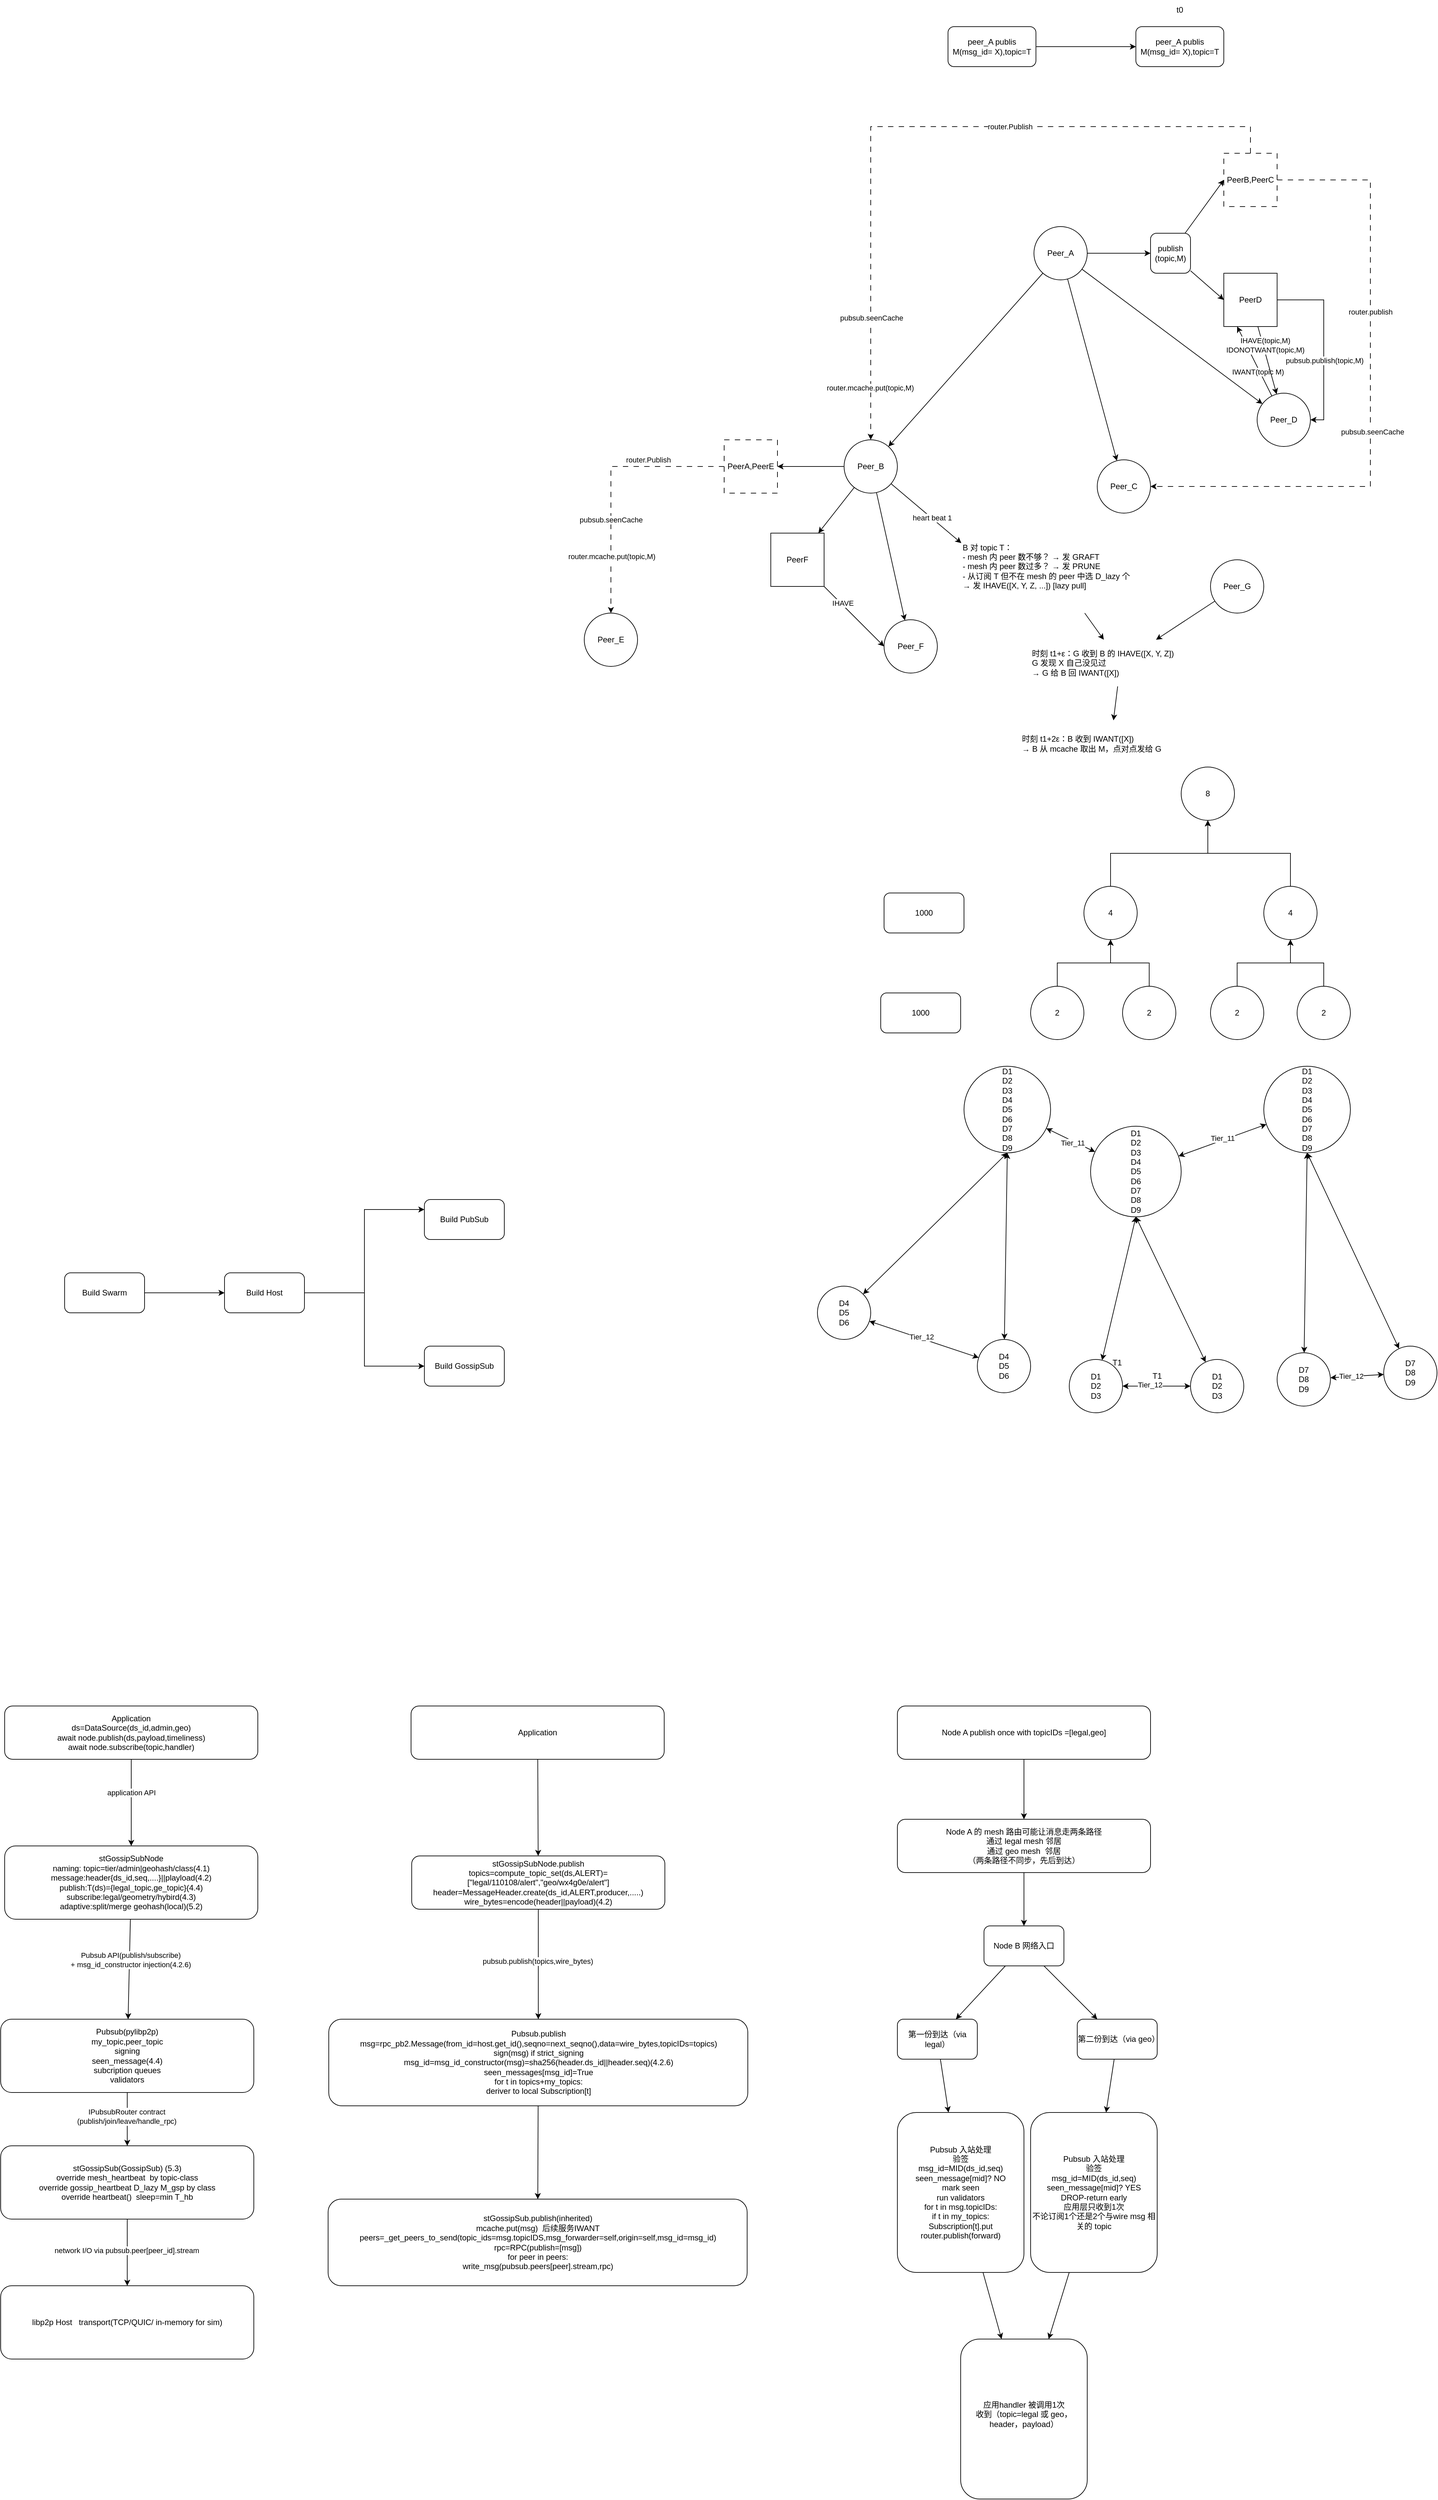
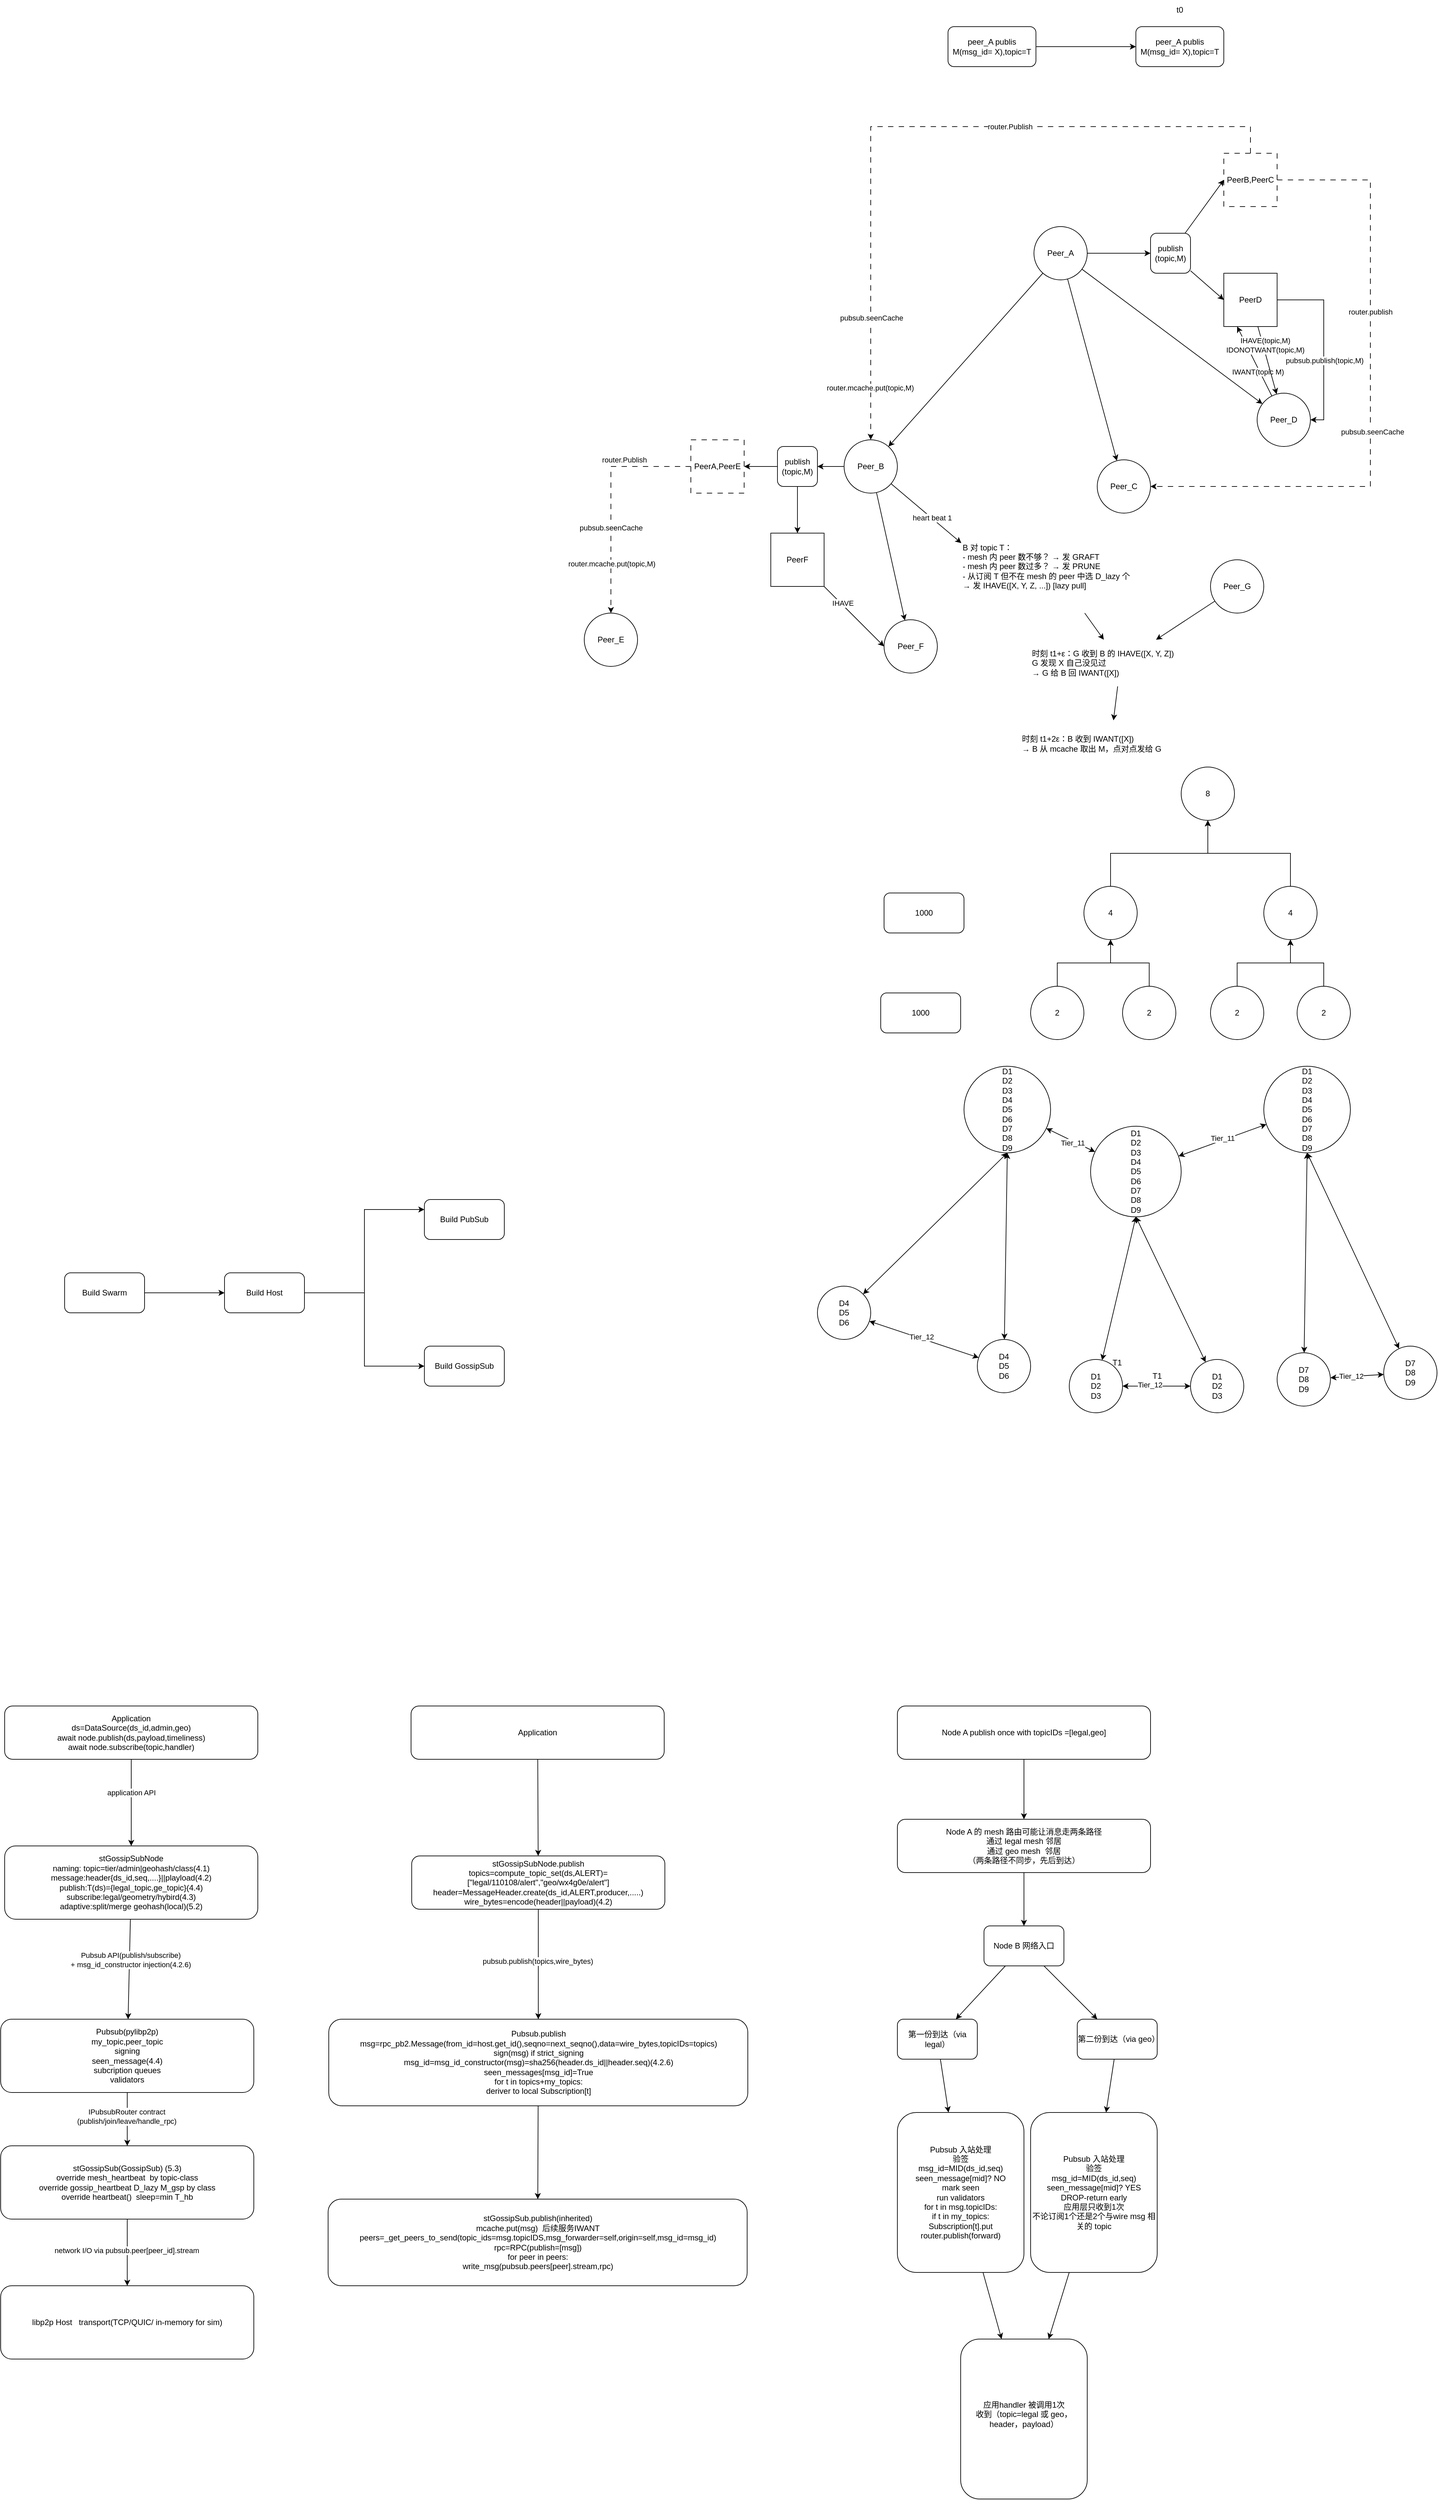
<mxfile host="app.diagrams.net">
  <diagram name="第 1 页" id="Y7FRODtDjuZDlIxHhOL5">
    <mxGraphModel dx="1768" dy="4456" grid="1" gridSize="10" guides="1" tooltips="1" connect="1" arrows="1" fold="1" page="1" pageScale="1" pageWidth="827" pageHeight="1169" math="0" shadow="0">
      <root>
        <mxCell id="0" />
        <mxCell id="1" parent="0" />
        <mxCell id="Awnmc_RR4j0BMAfR5ggK-3" edge="1" parent="1" source="Awnmc_RR4j0BMAfR5ggK-1" style="rounded=0;orthogonalLoop=1;jettySize=auto;html=1;" target="Awnmc_RR4j0BMAfR5ggK-2">
          <mxGeometry relative="1" as="geometry" />
        </mxCell>
        <mxCell id="Awnmc_RR4j0BMAfR5ggK-4" connectable="0" parent="Awnmc_RR4j0BMAfR5ggK-3" style="edgeLabel;html=1;align=center;verticalAlign=middle;resizable=0;points=[];" value="application API" vertex="1">
          <mxGeometry relative="1" x="-0.2308" as="geometry">
            <mxPoint as="offset" />
          </mxGeometry>
        </mxCell>
        <mxCell id="Awnmc_RR4j0BMAfR5ggK-1" parent="1" style="rounded=1;whiteSpace=wrap;html=1;" value="&lt;div&gt;Application&lt;/div&gt;&lt;div&gt;ds=DataSource(ds_id,admin,geo)&lt;/div&gt;&lt;div&gt;await node.publish(ds,payload,timeliness)&lt;/div&gt;&lt;div&gt;await node.subscribe(topic,handler)&lt;/div&gt;" vertex="1">
          <mxGeometry height="80" width="380" x="230" y="160" as="geometry" />
        </mxCell>
        <mxCell id="Awnmc_RR4j0BMAfR5ggK-6" edge="1" parent="1" source="Awnmc_RR4j0BMAfR5ggK-2" style="rounded=0;orthogonalLoop=1;jettySize=auto;html=1;" target="Awnmc_RR4j0BMAfR5ggK-5">
          <mxGeometry relative="1" as="geometry" />
        </mxCell>
        <mxCell id="Awnmc_RR4j0BMAfR5ggK-7" connectable="0" parent="Awnmc_RR4j0BMAfR5ggK-6" style="edgeLabel;html=1;align=center;verticalAlign=middle;resizable=0;points=[];" value="Pubsub API(publish/subscribe)&lt;br&gt;+ msg_id_constructor injection(4.2.6)" vertex="1">
          <mxGeometry relative="1" x="-0.1875" y="1" as="geometry">
            <mxPoint as="offset" />
          </mxGeometry>
        </mxCell>
        <mxCell id="Awnmc_RR4j0BMAfR5ggK-2" parent="1" style="rounded=1;whiteSpace=wrap;html=1;" value="&lt;div&gt;stGossipSubNode&lt;/div&gt;&lt;div&gt;naming: topic=tier/admin|geohash/class(4.1)&lt;br&gt;message:header{ds_id,seq,....}||playload(4.2)&lt;/div&gt;&lt;div&gt;publish:T(ds)={legal_topic,ge_topic}(4.4)&lt;br&gt;subscribe:legal/geometry/hybird(4.3)&lt;br&gt;adaptive:split/merge geohash(local)(5.2)&lt;/div&gt;" vertex="1">
          <mxGeometry height="110" width="380" x="230" y="370" as="geometry" />
        </mxCell>
        <mxCell id="Awnmc_RR4j0BMAfR5ggK-9" edge="1" parent="1" source="Awnmc_RR4j0BMAfR5ggK-5" style="edgeStyle=orthogonalEdgeStyle;rounded=0;orthogonalLoop=1;jettySize=auto;html=1;" target="Awnmc_RR4j0BMAfR5ggK-8">
          <mxGeometry relative="1" as="geometry" />
        </mxCell>
        <mxCell id="Awnmc_RR4j0BMAfR5ggK-10" connectable="0" parent="Awnmc_RR4j0BMAfR5ggK-9" style="edgeLabel;html=1;align=center;verticalAlign=middle;resizable=0;points=[];" value="IPubsubRouter contract&lt;br&gt;(publish/join/leave/handle_rpc)" vertex="1">
          <mxGeometry relative="1" x="-0.1" y="-1" as="geometry">
            <mxPoint as="offset" />
          </mxGeometry>
        </mxCell>
        <mxCell id="Awnmc_RR4j0BMAfR5ggK-5" parent="1" style="rounded=1;whiteSpace=wrap;html=1;" value="Pubsub(pylibp2p)&lt;br&gt;my_topic,peer_topic&lt;br&gt;signing&lt;br&gt;seen_message(4.4)&lt;br&gt;subcription queues&lt;br&gt;validators" vertex="1">
          <mxGeometry height="110" width="380" x="224" y="630" as="geometry" />
        </mxCell>
        <mxCell id="Awnmc_RR4j0BMAfR5ggK-12" edge="1" parent="1" source="Awnmc_RR4j0BMAfR5ggK-8" style="rounded=0;orthogonalLoop=1;jettySize=auto;html=1;" target="Awnmc_RR4j0BMAfR5ggK-11">
          <mxGeometry relative="1" as="geometry" />
        </mxCell>
        <mxCell id="Awnmc_RR4j0BMAfR5ggK-13" connectable="0" parent="Awnmc_RR4j0BMAfR5ggK-12" style="edgeLabel;html=1;align=center;verticalAlign=middle;resizable=0;points=[];" value="network I/O via pubsub.peer[peer_id].stream" vertex="1">
          <mxGeometry relative="1" x="-0.06" y="-1" as="geometry">
            <mxPoint as="offset" />
          </mxGeometry>
        </mxCell>
        <mxCell id="Awnmc_RR4j0BMAfR5ggK-8" parent="1" style="rounded=1;whiteSpace=wrap;html=1;" value="stGossipSub(GossipSub) (5.3)&lt;br&gt;override mesh_heartbeat&amp;nbsp; by topic-class&lt;br&gt;override gossip_heartbeat D_lazy M_gsp by class&lt;br&gt;override heartbeat()&amp;nbsp; sleep=min T_hb" vertex="1">
          <mxGeometry height="110" width="380" x="224" y="820" as="geometry" />
        </mxCell>
        <mxCell id="Awnmc_RR4j0BMAfR5ggK-11" parent="1" style="rounded=1;whiteSpace=wrap;html=1;" value="libp2p Host&amp;nbsp; &amp;nbsp;transport(TCP/QUIC/ in-memory for sim)" vertex="1">
          <mxGeometry height="110" width="380" x="224" y="1030" as="geometry" />
        </mxCell>
        <mxCell id="2yh1J4c5jMMJHeaXtM_8-4" edge="1" parent="1" source="2yh1J4c5jMMJHeaXtM_8-2" style="rounded=0;orthogonalLoop=1;jettySize=auto;html=1;" target="2yh1J4c5jMMJHeaXtM_8-3">
          <mxGeometry relative="1" as="geometry" />
        </mxCell>
        <mxCell id="2yh1J4c5jMMJHeaXtM_8-2" parent="1" style="rounded=1;whiteSpace=wrap;html=1;" value="&lt;div&gt;Application&lt;/div&gt;" vertex="1">
          <mxGeometry height="80" width="380" x="840" y="160" as="geometry" />
        </mxCell>
        <mxCell id="2yh1J4c5jMMJHeaXtM_8-6" edge="1" parent="1" source="2yh1J4c5jMMJHeaXtM_8-3" style="rounded=0;orthogonalLoop=1;jettySize=auto;html=1;" target="2yh1J4c5jMMJHeaXtM_8-5">
          <mxGeometry relative="1" as="geometry" />
        </mxCell>
        <mxCell id="2yh1J4c5jMMJHeaXtM_8-7" connectable="0" parent="2yh1J4c5jMMJHeaXtM_8-6" style="edgeLabel;html=1;align=center;verticalAlign=middle;resizable=0;points=[];" value="pubsub.publish(topics,wire_bytes)" vertex="1">
          <mxGeometry relative="1" x="-0.0533" y="-1" as="geometry">
            <mxPoint as="offset" />
          </mxGeometry>
        </mxCell>
        <mxCell id="2yh1J4c5jMMJHeaXtM_8-3" parent="1" style="rounded=1;whiteSpace=wrap;html=1;" value="stGossipSubNode.publish&lt;br&gt;topics=compute_topic_set(ds,ALERT)=[&quot;legal/110108/alert&quot;,&quot;geo/wx4g0e/alert&quot;]&lt;br&gt;header=MessageHeader.create(ds_id,ALERT,producer,.....)&lt;br&gt;wire_bytes=encode(header||payload)(4.2)" vertex="1">
          <mxGeometry height="80" width="380" x="841" y="385" as="geometry" />
        </mxCell>
        <mxCell id="2yh1J4c5jMMJHeaXtM_8-9" edge="1" parent="1" source="2yh1J4c5jMMJHeaXtM_8-5" style="rounded=0;orthogonalLoop=1;jettySize=auto;html=1;" target="2yh1J4c5jMMJHeaXtM_8-8">
          <mxGeometry relative="1" as="geometry" />
        </mxCell>
        <mxCell id="2yh1J4c5jMMJHeaXtM_8-5" parent="1" style="rounded=1;whiteSpace=wrap;html=1;" value="Pubsub.publish&lt;br&gt;msg=rpc_pb2.Message(from_id=host.get_id(),seqno=next_seqno(),data=wire_bytes,topicIDs=topics)&lt;br&gt;sign(msg) if strict_signing&lt;br&gt;msg_id=msg_id_constructor(msg)=sha256(header.ds_id||header.seq)(4.2.6)&lt;br&gt;seen_messages[msg_id]=True&lt;br&gt;&lt;div&gt;for t in topics+my_topics:&lt;/div&gt;&lt;div&gt;deriver to local Subscription[t]&lt;/div&gt;" vertex="1">
          <mxGeometry height="130" width="629" x="716.5" y="630" as="geometry" />
        </mxCell>
        <mxCell id="2yh1J4c5jMMJHeaXtM_8-8" parent="1" style="rounded=1;whiteSpace=wrap;html=1;" value="stGossipSub.publish(inherited)&lt;br&gt;mcache.put(msg)&amp;nbsp; 后续服务IWANT&lt;br&gt;peers=_get_peers_to_send(topic_ids=msg.topicIDS,msg_forwarder=self,origin=self,msg_id=msg_id)&lt;br&gt;rpc=RPC(publish=[msg])&lt;br&gt;&lt;div&gt;for peer in peers:&lt;/div&gt;&lt;div&gt;write_msg(pubsub.peers[peer].stream,rpc)&lt;/div&gt;" vertex="1">
          <mxGeometry height="130" width="629" x="715.5" y="900" as="geometry" />
        </mxCell>
        <mxCell id="2yh1J4c5jMMJHeaXtM_8-12" edge="1" parent="1" source="2yh1J4c5jMMJHeaXtM_8-10" style="edgeStyle=orthogonalEdgeStyle;rounded=0;orthogonalLoop=1;jettySize=auto;html=1;" target="2yh1J4c5jMMJHeaXtM_8-11">
          <mxGeometry relative="1" as="geometry" />
        </mxCell>
        <mxCell id="2yh1J4c5jMMJHeaXtM_8-10" parent="1" style="rounded=1;whiteSpace=wrap;html=1;" value="Node A publish once with topicIDs =[legal,geo]" vertex="1">
          <mxGeometry height="80" width="380" x="1570" y="160" as="geometry" />
        </mxCell>
        <mxCell id="2yh1J4c5jMMJHeaXtM_8-15" edge="1" parent="1" source="2yh1J4c5jMMJHeaXtM_8-11" style="rounded=0;orthogonalLoop=1;jettySize=auto;html=1;" target="2yh1J4c5jMMJHeaXtM_8-13">
          <mxGeometry relative="1" as="geometry" />
        </mxCell>
        <mxCell id="2yh1J4c5jMMJHeaXtM_8-11" parent="1" style="rounded=1;whiteSpace=wrap;html=1;" value="Node A 的 mesh 路由可能让消息走两条路径&lt;br&gt;通过 legal mesh 邻居&lt;br&gt;通过 geo mesh&amp;nbsp; 邻居&lt;br&gt;（两条路径不同步，先后到达）" vertex="1">
          <mxGeometry height="80" width="380" x="1570" y="330" as="geometry" />
        </mxCell>
        <mxCell id="2yh1J4c5jMMJHeaXtM_8-18" edge="1" parent="1" source="2yh1J4c5jMMJHeaXtM_8-13" style="rounded=0;orthogonalLoop=1;jettySize=auto;html=1;" target="2yh1J4c5jMMJHeaXtM_8-16">
          <mxGeometry relative="1" as="geometry" />
        </mxCell>
        <mxCell id="2yh1J4c5jMMJHeaXtM_8-19" edge="1" parent="1" source="2yh1J4c5jMMJHeaXtM_8-13" style="rounded=0;orthogonalLoop=1;jettySize=auto;html=1;" target="2yh1J4c5jMMJHeaXtM_8-17">
          <mxGeometry relative="1" as="geometry" />
        </mxCell>
        <mxCell id="2yh1J4c5jMMJHeaXtM_8-13" parent="1" style="rounded=1;whiteSpace=wrap;html=1;" value="Node B 网络入口" vertex="1">
          <mxGeometry height="60" width="120" x="1700" y="490" as="geometry" />
        </mxCell>
        <mxCell id="2yh1J4c5jMMJHeaXtM_8-21" edge="1" parent="1" source="2yh1J4c5jMMJHeaXtM_8-16" style="rounded=0;orthogonalLoop=1;jettySize=auto;html=1;" target="2yh1J4c5jMMJHeaXtM_8-20">
          <mxGeometry relative="1" as="geometry" />
        </mxCell>
        <mxCell id="2yh1J4c5jMMJHeaXtM_8-16" parent="1" style="rounded=1;whiteSpace=wrap;html=1;" value="第一份到达（via legal）" vertex="1">
          <mxGeometry height="60" width="120" x="1570" y="630" as="geometry" />
        </mxCell>
        <mxCell id="2yh1J4c5jMMJHeaXtM_8-23" edge="1" parent="1" source="2yh1J4c5jMMJHeaXtM_8-17" style="rounded=0;orthogonalLoop=1;jettySize=auto;html=1;" target="2yh1J4c5jMMJHeaXtM_8-22">
          <mxGeometry relative="1" as="geometry" />
        </mxCell>
        <mxCell id="2yh1J4c5jMMJHeaXtM_8-17" parent="1" style="rounded=1;whiteSpace=wrap;html=1;" value="第二份到达（via geo）" vertex="1">
          <mxGeometry height="60" width="120" x="1840" y="630" as="geometry" />
        </mxCell>
        <mxCell id="2yh1J4c5jMMJHeaXtM_8-25" edge="1" parent="1" source="2yh1J4c5jMMJHeaXtM_8-20" style="rounded=0;orthogonalLoop=1;jettySize=auto;html=1;" target="2yh1J4c5jMMJHeaXtM_8-24">
          <mxGeometry relative="1" as="geometry" />
        </mxCell>
        <mxCell id="2yh1J4c5jMMJHeaXtM_8-20" parent="1" style="rounded=1;whiteSpace=wrap;html=1;" value="Pubsub 入站处理&lt;br&gt;验签&lt;br&gt;msg_id=MID(ds_id,seq)&lt;br&gt;seen_message[mid]? NO&lt;br&gt;mark seen&lt;br&gt;run validators&lt;br&gt;&lt;div&gt;for t in msg.topicIDs:&lt;/div&gt;&lt;div&gt;if t in my_topics:&lt;/div&gt;&lt;div&gt;Subscription[t].put&lt;br&gt;router.publish(forward)&lt;/div&gt;" vertex="1">
          <mxGeometry height="240" width="190" x="1570" y="770" as="geometry" />
        </mxCell>
        <mxCell id="2yh1J4c5jMMJHeaXtM_8-26" edge="1" parent="1" source="2yh1J4c5jMMJHeaXtM_8-22" style="rounded=0;orthogonalLoop=1;jettySize=auto;html=1;" target="2yh1J4c5jMMJHeaXtM_8-24">
          <mxGeometry relative="1" as="geometry" />
        </mxCell>
        <mxCell id="2yh1J4c5jMMJHeaXtM_8-22" parent="1" style="rounded=1;whiteSpace=wrap;html=1;" value="Pubsub 入站处理&lt;br&gt;验签&lt;br&gt;msg_id=MID(ds_id,seq)&lt;br&gt;&lt;div&gt;seen_message[mid]? YES&lt;/div&gt;DROP-return early&lt;br&gt;应用层只收到1次&lt;br&gt;不论订阅1个还是2个与wire msg 相关的 topic" vertex="1">
          <mxGeometry height="240" width="190" x="1770" y="770" as="geometry" />
        </mxCell>
        <mxCell id="2yh1J4c5jMMJHeaXtM_8-24" parent="1" style="rounded=1;whiteSpace=wrap;html=1;" value="应用handler 被调用1次&lt;br&gt;收到（topic=legal 或 geo，header，payload）&lt;div&gt;&lt;br/&gt;&lt;/div&gt;" vertex="1">
          <mxGeometry height="240" width="190" x="1665" y="1110" as="geometry" />
        </mxCell>
        <mxCell id="0nZeBFnhmh2lzN9kRy4G-3" edge="1" parent="1" source="0nZeBFnhmh2lzN9kRy4G-1" style="edgeStyle=orthogonalEdgeStyle;rounded=0;orthogonalLoop=1;jettySize=auto;html=1;" target="0nZeBFnhmh2lzN9kRy4G-2">
          <mxGeometry relative="1" as="geometry" />
        </mxCell>
        <mxCell id="0nZeBFnhmh2lzN9kRy4G-1" parent="1" style="rounded=1;whiteSpace=wrap;html=1;" value="&lt;div&gt;Build Swarm&lt;/div&gt;" vertex="1">
          <mxGeometry height="60" width="120" x="320" y="-490" as="geometry" />
        </mxCell>
        <mxCell id="0nZeBFnhmh2lzN9kRy4G-6" edge="1" parent="1" source="0nZeBFnhmh2lzN9kRy4G-2" style="edgeStyle=orthogonalEdgeStyle;rounded=0;orthogonalLoop=1;jettySize=auto;html=1;entryX=0;entryY=0.25;entryDx=0;entryDy=0;" target="0nZeBFnhmh2lzN9kRy4G-4">
          <mxGeometry relative="1" as="geometry" />
        </mxCell>
        <mxCell id="0nZeBFnhmh2lzN9kRy4G-7" edge="1" parent="1" source="0nZeBFnhmh2lzN9kRy4G-2" style="edgeStyle=orthogonalEdgeStyle;rounded=0;orthogonalLoop=1;jettySize=auto;html=1;entryX=0;entryY=0.5;entryDx=0;entryDy=0;" target="0nZeBFnhmh2lzN9kRy4G-5">
          <mxGeometry relative="1" as="geometry" />
        </mxCell>
        <mxCell id="0nZeBFnhmh2lzN9kRy4G-2" parent="1" style="rounded=1;whiteSpace=wrap;html=1;" value="&lt;div&gt;Build Host&lt;/div&gt;" vertex="1">
          <mxGeometry height="60" width="120" x="560" y="-490" as="geometry" />
        </mxCell>
        <mxCell id="0nZeBFnhmh2lzN9kRy4G-4" parent="1" style="rounded=1;whiteSpace=wrap;html=1;" value="Build PubSub" vertex="1">
          <mxGeometry height="60" width="120" x="860" y="-600" as="geometry" />
        </mxCell>
        <mxCell id="0nZeBFnhmh2lzN9kRy4G-5" parent="1" style="rounded=1;whiteSpace=wrap;html=1;" value="Build GossipSub" vertex="1">
          <mxGeometry height="60" width="120" x="860" y="-380" as="geometry" />
        </mxCell>
        <mxCell id="9GGF2aMmn3-psWDLey7v-12" edge="1" parent="1" source="9GGF2aMmn3-psWDLey7v-10" style="rounded=0;orthogonalLoop=1;jettySize=auto;html=1;startArrow=classic;startFill=1;" target="9GGF2aMmn3-psWDLey7v-11">
          <mxGeometry relative="1" as="geometry" />
        </mxCell>
        <mxCell id="9GGF2aMmn3-psWDLey7v-26" connectable="0" parent="9GGF2aMmn3-psWDLey7v-12" style="edgeLabel;html=1;align=center;verticalAlign=middle;resizable=0;points=[];" value="Tier_12" vertex="1">
          <mxGeometry relative="1" x="-0.2026" y="2" as="geometry">
            <mxPoint as="offset" />
          </mxGeometry>
        </mxCell>
        <mxCell id="9GGF2aMmn3-psWDLey7v-8" parent="1" style="text;html=1;whiteSpace=wrap;strokeColor=none;fillColor=none;align=center;verticalAlign=middle;rounded=0;" value="&lt;div&gt;T1&lt;/div&gt;" vertex="1">
          <mxGeometry height="30" width="60" x="1870" y="-370" as="geometry" />
        </mxCell>
        <mxCell id="9GGF2aMmn3-psWDLey7v-10" parent="1" style="ellipse;whiteSpace=wrap;html=1;aspect=fixed;" value="&lt;div&gt;D1&lt;/div&gt;&lt;div&gt;D2&lt;/div&gt;&lt;div&gt;D3&lt;/div&gt;" vertex="1">
          <mxGeometry height="80" width="80" x="1828" y="-360" as="geometry" />
        </mxCell>
        <mxCell id="9GGF2aMmn3-psWDLey7v-9" parent="1" style="text;html=1;whiteSpace=wrap;strokeColor=none;fillColor=none;align=center;verticalAlign=middle;rounded=0;" value="&lt;div&gt;T1&lt;/div&gt;" vertex="1">
          <mxGeometry height="30" width="60" x="1930" y="-350" as="geometry" />
        </mxCell>
        <mxCell id="9GGF2aMmn3-psWDLey7v-11" parent="1" style="ellipse;whiteSpace=wrap;html=1;aspect=fixed;" value="&lt;div&gt;D1&lt;/div&gt;&lt;div&gt;D2&lt;/div&gt;&lt;div&gt;D3&lt;/div&gt;" vertex="1">
          <mxGeometry height="80" width="80" x="2010" y="-360" as="geometry" />
        </mxCell>
        <mxCell id="9GGF2aMmn3-psWDLey7v-15" edge="1" parent="1" source="9GGF2aMmn3-psWDLey7v-13" style="rounded=0;orthogonalLoop=1;jettySize=auto;html=1;startArrow=classic;startFill=1;" target="9GGF2aMmn3-psWDLey7v-14">
          <mxGeometry relative="1" as="geometry" />
        </mxCell>
        <mxCell id="9GGF2aMmn3-psWDLey7v-25" connectable="0" parent="9GGF2aMmn3-psWDLey7v-15" style="edgeLabel;html=1;align=center;verticalAlign=middle;resizable=0;points=[];" value="Tier_12" vertex="1">
          <mxGeometry relative="1" x="-0.0552" y="3" as="geometry">
            <mxPoint as="offset" />
          </mxGeometry>
        </mxCell>
        <mxCell id="9GGF2aMmn3-psWDLey7v-17" edge="1" parent="1" source="9GGF2aMmn3-psWDLey7v-13" style="rounded=0;orthogonalLoop=1;jettySize=auto;html=1;entryX=0.5;entryY=1;entryDx=0;entryDy=0;startArrow=classic;startFill=1;" target="9GGF2aMmn3-psWDLey7v-23">
          <mxGeometry relative="1" as="geometry" />
        </mxCell>
        <mxCell id="9GGF2aMmn3-psWDLey7v-13" parent="1" style="ellipse;whiteSpace=wrap;html=1;aspect=fixed;" value="&lt;div&gt;D4&lt;/div&gt;&lt;div&gt;D5&lt;/div&gt;&lt;div&gt;D6&lt;/div&gt;" vertex="1">
          <mxGeometry height="80" width="80" x="1450" y="-470" as="geometry" />
        </mxCell>
        <mxCell id="9GGF2aMmn3-psWDLey7v-14" parent="1" style="ellipse;whiteSpace=wrap;html=1;aspect=fixed;" value="&lt;div&gt;D4&lt;/div&gt;&lt;div&gt;D5&lt;/div&gt;&lt;div&gt;D6&lt;/div&gt;" vertex="1">
          <mxGeometry height="80" width="80" x="1690" y="-390" as="geometry" />
        </mxCell>
        <mxCell id="9GGF2aMmn3-psWDLey7v-18" edge="1" parent="1" source="9GGF2aMmn3-psWDLey7v-23" style="rounded=0;orthogonalLoop=1;jettySize=auto;html=1;startArrow=classic;startFill=1;exitX=0.5;exitY=1;exitDx=0;exitDy=0;" target="9GGF2aMmn3-psWDLey7v-14">
          <mxGeometry relative="1" as="geometry" />
        </mxCell>
        <mxCell id="9GGF2aMmn3-psWDLey7v-19" edge="1" parent="1" source="9GGF2aMmn3-psWDLey7v-16" style="rounded=0;orthogonalLoop=1;jettySize=auto;html=1;startArrow=classic;startFill=1;exitX=0.5;exitY=1;exitDx=0;exitDy=0;" target="9GGF2aMmn3-psWDLey7v-10">
          <mxGeometry relative="1" as="geometry" />
        </mxCell>
        <mxCell id="9GGF2aMmn3-psWDLey7v-20" edge="1" parent="1" source="9GGF2aMmn3-psWDLey7v-16" style="rounded=0;orthogonalLoop=1;jettySize=auto;html=1;startArrow=classic;startFill=1;exitX=0.5;exitY=1;exitDx=0;exitDy=0;" target="9GGF2aMmn3-psWDLey7v-11">
          <mxGeometry relative="1" as="geometry" />
        </mxCell>
        <mxCell id="9GGF2aMmn3-psWDLey7v-22" edge="1" parent="1" source="9GGF2aMmn3-psWDLey7v-16" style="rounded=0;orthogonalLoop=1;jettySize=auto;html=1;startArrow=classic;startFill=1;" target="9GGF2aMmn3-psWDLey7v-21">
          <mxGeometry relative="1" as="geometry" />
        </mxCell>
        <mxCell id="9GGF2aMmn3-psWDLey7v-28" connectable="0" parent="9GGF2aMmn3-psWDLey7v-22" style="edgeLabel;html=1;align=center;verticalAlign=middle;resizable=0;points=[];" value="Tier_11" vertex="1">
          <mxGeometry relative="1" x="0.0194" y="3" as="geometry">
            <mxPoint as="offset" />
          </mxGeometry>
        </mxCell>
        <mxCell id="9GGF2aMmn3-psWDLey7v-24" edge="1" parent="1" source="9GGF2aMmn3-psWDLey7v-16" style="rounded=0;orthogonalLoop=1;jettySize=auto;html=1;startArrow=classic;startFill=1;" target="9GGF2aMmn3-psWDLey7v-23">
          <mxGeometry relative="1" as="geometry" />
        </mxCell>
        <mxCell id="9GGF2aMmn3-psWDLey7v-27" connectable="0" parent="9GGF2aMmn3-psWDLey7v-24" style="edgeLabel;html=1;align=center;verticalAlign=middle;resizable=0;points=[];" value="Tier_11" vertex="1">
          <mxGeometry relative="1" x="-0.0913" y="2" as="geometry">
            <mxPoint y="1" as="offset" />
          </mxGeometry>
        </mxCell>
        <mxCell id="9GGF2aMmn3-psWDLey7v-16" parent="1" style="ellipse;whiteSpace=wrap;html=1;aspect=fixed;" value="&lt;div&gt;D1&lt;/div&gt;&lt;div&gt;D2&lt;/div&gt;&lt;div&gt;D3&lt;/div&gt;&lt;div&gt;D4&lt;/div&gt;&lt;div&gt;D5&lt;/div&gt;&lt;div&gt;D6&lt;/div&gt;&lt;div&gt;D7&lt;/div&gt;&lt;div&gt;D8&lt;/div&gt;&lt;div&gt;D9&lt;/div&gt;" vertex="1">
          <mxGeometry height="136" width="136" x="1860" y="-710" as="geometry" />
        </mxCell>
        <mxCell id="9GGF2aMmn3-psWDLey7v-33" edge="1" parent="1" source="9GGF2aMmn3-psWDLey7v-21" style="rounded=0;orthogonalLoop=1;jettySize=auto;html=1;startArrow=classic;startFill=1;exitX=0.5;exitY=1;exitDx=0;exitDy=0;" target="9GGF2aMmn3-psWDLey7v-30">
          <mxGeometry relative="1" as="geometry" />
        </mxCell>
        <mxCell id="9GGF2aMmn3-psWDLey7v-21" parent="1" style="ellipse;whiteSpace=wrap;html=1;aspect=fixed;" value="&lt;div&gt;D1&lt;/div&gt;&lt;div&gt;D2&lt;/div&gt;&lt;div&gt;D3&lt;/div&gt;&lt;div&gt;D4&lt;/div&gt;&lt;div&gt;D5&lt;/div&gt;&lt;div&gt;D6&lt;/div&gt;&lt;div&gt;D7&lt;/div&gt;&lt;div&gt;D8&lt;/div&gt;&lt;div&gt;D9&lt;/div&gt;" vertex="1">
          <mxGeometry height="130" width="130" x="2120" y="-800" as="geometry" />
        </mxCell>
        <mxCell id="9GGF2aMmn3-psWDLey7v-23" parent="1" style="ellipse;whiteSpace=wrap;html=1;aspect=fixed;" value="&lt;div&gt;D1&lt;/div&gt;&lt;div&gt;D2&lt;/div&gt;&lt;div&gt;D3&lt;/div&gt;&lt;div&gt;D4&lt;/div&gt;&lt;div&gt;D5&lt;/div&gt;&lt;div&gt;D6&lt;/div&gt;&lt;div&gt;D7&lt;/div&gt;&lt;div&gt;D8&lt;br&gt;D9&lt;/div&gt;" vertex="1">
          <mxGeometry height="130" width="130" x="1670" y="-800" as="geometry" />
        </mxCell>
        <mxCell id="9GGF2aMmn3-psWDLey7v-31" edge="1" parent="1" source="9GGF2aMmn3-psWDLey7v-29" style="rounded=0;orthogonalLoop=1;jettySize=auto;html=1;startArrow=classic;startFill=1;" target="9GGF2aMmn3-psWDLey7v-30">
          <mxGeometry relative="1" as="geometry" />
        </mxCell>
        <mxCell id="9GGF2aMmn3-psWDLey7v-34" connectable="0" parent="9GGF2aMmn3-psWDLey7v-31" style="edgeLabel;html=1;align=center;verticalAlign=middle;resizable=0;points=[];" value="Tier_12" vertex="1">
          <mxGeometry relative="1" x="-0.2397" y="1" as="geometry">
            <mxPoint as="offset" />
          </mxGeometry>
        </mxCell>
        <mxCell id="9GGF2aMmn3-psWDLey7v-32" edge="1" parent="1" source="9GGF2aMmn3-psWDLey7v-29" style="rounded=0;orthogonalLoop=1;jettySize=auto;html=1;entryX=0.5;entryY=1;entryDx=0;entryDy=0;startArrow=classic;startFill=1;" target="9GGF2aMmn3-psWDLey7v-21">
          <mxGeometry relative="1" as="geometry" />
        </mxCell>
        <mxCell id="9GGF2aMmn3-psWDLey7v-29" parent="1" style="ellipse;whiteSpace=wrap;html=1;aspect=fixed;" value="&lt;div&gt;D7&lt;/div&gt;&lt;div&gt;D8&lt;/div&gt;&lt;div&gt;D9&lt;/div&gt;" vertex="1">
          <mxGeometry height="80" width="80" x="2140" y="-370" as="geometry" />
        </mxCell>
        <mxCell id="9GGF2aMmn3-psWDLey7v-30" parent="1" style="ellipse;whiteSpace=wrap;html=1;aspect=fixed;" value="&lt;div&gt;D7&lt;/div&gt;&lt;div&gt;D8&lt;/div&gt;&lt;div&gt;D9&lt;/div&gt;" vertex="1">
          <mxGeometry height="80" width="80" x="2300" y="-380" as="geometry" />
        </mxCell>
        <mxCell id="9GGF2aMmn3-psWDLey7v-42" edge="1" parent="1" source="9GGF2aMmn3-psWDLey7v-36" style="edgeStyle=orthogonalEdgeStyle;rounded=0;orthogonalLoop=1;jettySize=auto;html=1;entryX=0.5;entryY=1;entryDx=0;entryDy=0;" target="9GGF2aMmn3-psWDLey7v-40">
          <mxGeometry relative="1" as="geometry" />
        </mxCell>
        <mxCell id="9GGF2aMmn3-psWDLey7v-36" parent="1" style="ellipse;whiteSpace=wrap;html=1;aspect=fixed;" value="2" vertex="1">
          <mxGeometry height="80" width="80" x="1908" y="-920" as="geometry" />
        </mxCell>
        <mxCell id="9GGF2aMmn3-psWDLey7v-44" edge="1" parent="1" source="9GGF2aMmn3-psWDLey7v-37" style="edgeStyle=orthogonalEdgeStyle;rounded=0;orthogonalLoop=1;jettySize=auto;html=1;entryX=0.5;entryY=1;entryDx=0;entryDy=0;" target="9GGF2aMmn3-psWDLey7v-43">
          <mxGeometry relative="1" as="geometry" />
        </mxCell>
        <mxCell id="9GGF2aMmn3-psWDLey7v-37" parent="1" style="ellipse;whiteSpace=wrap;html=1;aspect=fixed;" value="2" vertex="1">
          <mxGeometry height="80" width="80" x="2040" y="-920" as="geometry" />
        </mxCell>
        <mxCell id="9GGF2aMmn3-psWDLey7v-45" edge="1" parent="1" source="9GGF2aMmn3-psWDLey7v-38" style="edgeStyle=orthogonalEdgeStyle;rounded=0;orthogonalLoop=1;jettySize=auto;html=1;entryX=0.5;entryY=1;entryDx=0;entryDy=0;" target="9GGF2aMmn3-psWDLey7v-43">
          <mxGeometry relative="1" as="geometry" />
        </mxCell>
        <mxCell id="9GGF2aMmn3-psWDLey7v-38" parent="1" style="ellipse;whiteSpace=wrap;html=1;aspect=fixed;" value="2" vertex="1">
          <mxGeometry height="80" width="80" x="2170" y="-920" as="geometry" />
        </mxCell>
        <mxCell id="9GGF2aMmn3-psWDLey7v-41" edge="1" parent="1" source="9GGF2aMmn3-psWDLey7v-39" style="edgeStyle=orthogonalEdgeStyle;rounded=0;orthogonalLoop=1;jettySize=auto;html=1;" target="9GGF2aMmn3-psWDLey7v-40">
          <mxGeometry relative="1" as="geometry" />
        </mxCell>
        <mxCell id="9GGF2aMmn3-psWDLey7v-39" parent="1" style="ellipse;whiteSpace=wrap;html=1;aspect=fixed;" value="2" vertex="1">
          <mxGeometry height="80" width="80" x="1770" y="-920" as="geometry" />
        </mxCell>
        <mxCell id="9GGF2aMmn3-psWDLey7v-47" edge="1" parent="1" source="9GGF2aMmn3-psWDLey7v-40" style="edgeStyle=orthogonalEdgeStyle;rounded=0;orthogonalLoop=1;jettySize=auto;html=1;entryX=0.5;entryY=1;entryDx=0;entryDy=0;exitX=0.5;exitY=0;exitDx=0;exitDy=0;" target="9GGF2aMmn3-psWDLey7v-46">
          <mxGeometry relative="1" as="geometry" />
        </mxCell>
        <mxCell id="9GGF2aMmn3-psWDLey7v-40" parent="1" style="ellipse;whiteSpace=wrap;html=1;aspect=fixed;" value="4" vertex="1">
          <mxGeometry height="80" width="80" x="1850" y="-1070" as="geometry" />
        </mxCell>
        <mxCell id="9GGF2aMmn3-psWDLey7v-48" edge="1" parent="1" source="9GGF2aMmn3-psWDLey7v-43" style="edgeStyle=orthogonalEdgeStyle;rounded=0;orthogonalLoop=1;jettySize=auto;html=1;entryX=0.5;entryY=1;entryDx=0;entryDy=0;exitX=0.5;exitY=0;exitDx=0;exitDy=0;" target="9GGF2aMmn3-psWDLey7v-46">
          <mxGeometry relative="1" as="geometry" />
        </mxCell>
        <mxCell id="9GGF2aMmn3-psWDLey7v-43" parent="1" style="ellipse;whiteSpace=wrap;html=1;aspect=fixed;" value="4" vertex="1">
          <mxGeometry height="80" width="80" x="2120" y="-1070" as="geometry" />
        </mxCell>
        <mxCell id="9GGF2aMmn3-psWDLey7v-46" parent="1" style="ellipse;whiteSpace=wrap;html=1;aspect=fixed;" value="8" vertex="1">
          <mxGeometry height="80" width="80" x="1996" y="-1249" as="geometry" />
        </mxCell>
        <mxCell id="9GGF2aMmn3-psWDLey7v-49" parent="1" style="rounded=1;whiteSpace=wrap;html=1;" value="1000" vertex="1">
          <mxGeometry height="60" width="120" x="1545" y="-910" as="geometry" />
        </mxCell>
        <mxCell id="9GGF2aMmn3-psWDLey7v-50" parent="1" style="rounded=1;whiteSpace=wrap;html=1;" value="1000" vertex="1">
          <mxGeometry height="60" width="120" x="1550" y="-1060" as="geometry" />
        </mxCell>
        <mxCell id="JNLnPToTuVG1JdSn8YhA-3" edge="1" parent="1" source="JNLnPToTuVG1JdSn8YhA-1" style="edgeStyle=orthogonalEdgeStyle;rounded=0;orthogonalLoop=1;jettySize=auto;html=1;" target="JNLnPToTuVG1JdSn8YhA-2">
          <mxGeometry relative="1" as="geometry" />
        </mxCell>
        <mxCell id="JNLnPToTuVG1JdSn8YhA-1" parent="1" style="rounded=1;whiteSpace=wrap;html=1;" value="&lt;div&gt;peer_A publis M(msg_id= X),topic=T&lt;/div&gt;" vertex="1">
          <mxGeometry height="60" width="132" x="1646" y="-2360" as="geometry" />
        </mxCell>
        <mxCell id="JNLnPToTuVG1JdSn8YhA-2" parent="1" style="rounded=1;whiteSpace=wrap;html=1;" value="&lt;div&gt;peer_A publis M(msg_id= X),topic=T&lt;/div&gt;" vertex="1">
          <mxGeometry height="60" width="132" x="1928" y="-2360" as="geometry" />
        </mxCell>
        <mxCell id="JNLnPToTuVG1JdSn8YhA-4" parent="1" style="text;html=1;whiteSpace=wrap;strokeColor=none;fillColor=none;align=center;verticalAlign=middle;rounded=0;" value="t0" vertex="1">
          <mxGeometry height="30" width="60" x="1964" y="-2400" as="geometry" />
        </mxCell>
        <mxCell id="JNLnPToTuVG1JdSn8YhA-9" edge="1" parent="1" source="JNLnPToTuVG1JdSn8YhA-5" style="rounded=0;orthogonalLoop=1;jettySize=auto;html=1;" target="JNLnPToTuVG1JdSn8YhA-6">
          <mxGeometry relative="1" as="geometry" />
        </mxCell>
        <mxCell id="JNLnPToTuVG1JdSn8YhA-10" edge="1" parent="1" source="JNLnPToTuVG1JdSn8YhA-5" style="rounded=0;orthogonalLoop=1;jettySize=auto;html=1;" target="JNLnPToTuVG1JdSn8YhA-7">
          <mxGeometry relative="1" as="geometry" />
        </mxCell>
        <mxCell id="JNLnPToTuVG1JdSn8YhA-11" edge="1" parent="1" source="JNLnPToTuVG1JdSn8YhA-5" style="rounded=0;orthogonalLoop=1;jettySize=auto;html=1;" target="JNLnPToTuVG1JdSn8YhA-8">
          <mxGeometry relative="1" as="geometry" />
        </mxCell>
        <mxCell id="aaCrJ8Uj1jCCNSU53SNK-2" edge="1" parent="1" source="JNLnPToTuVG1JdSn8YhA-5" style="rounded=0;orthogonalLoop=1;jettySize=auto;html=1;" target="aaCrJ8Uj1jCCNSU53SNK-1">
          <mxGeometry relative="1" as="geometry" />
        </mxCell>
        <mxCell id="JNLnPToTuVG1JdSn8YhA-5" parent="1" style="ellipse;whiteSpace=wrap;html=1;aspect=fixed;" value="Peer_A" vertex="1">
          <mxGeometry height="80" width="80" x="1775" y="-2060" as="geometry" />
        </mxCell>
        <mxCell id="JNLnPToTuVG1JdSn8YhA-19" edge="1" parent="1" source="JNLnPToTuVG1JdSn8YhA-6" style="rounded=0;orthogonalLoop=1;jettySize=auto;html=1;" target="JNLnPToTuVG1JdSn8YhA-17">
          <mxGeometry relative="1" as="geometry" />
        </mxCell>
        <mxCell id="JNLnPToTuVG1JdSn8YhA-32" edge="1" parent="1" source="JNLnPToTuVG1JdSn8YhA-6" style="rounded=0;orthogonalLoop=1;jettySize=auto;html=1;entryX=0;entryY=0.25;entryDx=0;entryDy=0;" target="JNLnPToTuVG1JdSn8YhA-31">
          <mxGeometry relative="1" as="geometry" />
        </mxCell>
        <mxCell id="JNLnPToTuVG1JdSn8YhA-33" connectable="0" parent="JNLnPToTuVG1JdSn8YhA-32" style="edgeLabel;html=1;align=center;verticalAlign=middle;resizable=0;points=[];" value="heart beat 1" vertex="1">
          <mxGeometry relative="1" x="0.1515" y="1" as="geometry">
            <mxPoint as="offset" />
          </mxGeometry>
        </mxCell>
-         <mxCell id="aaCrJ8Uj1jCCNSU53SNK-27" edge="1" parent="1" source="JNLnPToTuVG1JdSn8YhA-6" style="rounded=0;orthogonalLoop=1;jettySize=auto;html=1;" target="aaCrJ8Uj1jCCNSU53SNK-26">
-           <mxGeometry relative="1" as="geometry" />
-         </mxCell>
-         <mxCell id="aaCrJ8Uj1jCCNSU53SNK-33" edge="1" parent="1" source="JNLnPToTuVG1JdSn8YhA-6" style="rounded=0;orthogonalLoop=1;jettySize=auto;html=1;" target="aaCrJ8Uj1jCCNSU53SNK-32">
+         <mxCell id="aaCrJ8Uj1jCCNSU53SNK-38" edge="1" parent="1" source="JNLnPToTuVG1JdSn8YhA-6" style="rounded=0;orthogonalLoop=1;jettySize=auto;html=1;entryX=1;entryY=0.5;entryDx=0;entryDy=0;" target="aaCrJ8Uj1jCCNSU53SNK-36">
          <mxGeometry relative="1" as="geometry" />
        </mxCell>
        <mxCell id="JNLnPToTuVG1JdSn8YhA-6" parent="1" style="ellipse;whiteSpace=wrap;html=1;aspect=fixed;" value="Peer_B" vertex="1">
          <mxGeometry height="80" width="80" x="1490" y="-1740" as="geometry" />
        </mxCell>
        <mxCell id="JNLnPToTuVG1JdSn8YhA-7" parent="1" style="ellipse;whiteSpace=wrap;html=1;aspect=fixed;" value="Peer_C" vertex="1">
          <mxGeometry height="80" width="80" x="1870" y="-1710" as="geometry" />
        </mxCell>
        <mxCell id="aaCrJ8Uj1jCCNSU53SNK-18" edge="1" parent="1" source="JNLnPToTuVG1JdSn8YhA-8" style="rounded=0;orthogonalLoop=1;jettySize=auto;html=1;entryX=0.25;entryY=1;entryDx=0;entryDy=0;" target="aaCrJ8Uj1jCCNSU53SNK-14">
          <mxGeometry relative="1" as="geometry" />
        </mxCell>
        <mxCell id="aaCrJ8Uj1jCCNSU53SNK-19" connectable="0" parent="aaCrJ8Uj1jCCNSU53SNK-18" style="edgeLabel;html=1;align=center;verticalAlign=middle;resizable=0;points=[];" value="IWANT(topic M)" vertex="1">
          <mxGeometry relative="1" x="-0.2679" y="3" as="geometry">
            <mxPoint as="offset" />
          </mxGeometry>
        </mxCell>
        <mxCell id="JNLnPToTuVG1JdSn8YhA-8" parent="1" style="ellipse;whiteSpace=wrap;html=1;aspect=fixed;" value="Peer_D" vertex="1">
          <mxGeometry height="80" width="80" x="2110" y="-1810" as="geometry" />
        </mxCell>
        <mxCell id="JNLnPToTuVG1JdSn8YhA-16" parent="1" style="ellipse;whiteSpace=wrap;html=1;aspect=fixed;" value="Peer_E" vertex="1">
          <mxGeometry height="80" width="80" x="1100" y="-1480" as="geometry" />
        </mxCell>
        <mxCell id="JNLnPToTuVG1JdSn8YhA-17" parent="1" style="ellipse;whiteSpace=wrap;html=1;aspect=fixed;" value="Peer_F" vertex="1">
          <mxGeometry height="80" width="80" x="1550" y="-1470" as="geometry" />
        </mxCell>
        <mxCell id="JNLnPToTuVG1JdSn8YhA-35" edge="1" parent="1" source="JNLnPToTuVG1JdSn8YhA-31" style="rounded=0;orthogonalLoop=1;jettySize=auto;html=1;" target="JNLnPToTuVG1JdSn8YhA-34">
          <mxGeometry relative="1" as="geometry" />
        </mxCell>
        <mxCell id="JNLnPToTuVG1JdSn8YhA-31" parent="1" style="text;html=1;whiteSpace=wrap;strokeColor=none;fillColor=none;align=left;verticalAlign=middle;rounded=0;" value=" B 对 topic T：&lt;br&gt;     - mesh 内 peer 数不够？    → 发 GRAFT&lt;br&gt;     - mesh 内 peer 数过多？    → 发 PRUNE&lt;br&gt;     - 从订阅 T 但不在 mesh 的 peer 中选 D_lazy 个&lt;br&gt;       → 发 IHAVE([X, Y, Z, ...])   [lazy pull]" vertex="1">
          <mxGeometry height="140" width="270" x="1666" y="-1620" as="geometry" />
        </mxCell>
        <mxCell id="JNLnPToTuVG1JdSn8YhA-39" edge="1" parent="1" source="JNLnPToTuVG1JdSn8YhA-34" style="rounded=0;orthogonalLoop=1;jettySize=auto;html=1;" target="JNLnPToTuVG1JdSn8YhA-38">
          <mxGeometry relative="1" as="geometry" />
        </mxCell>
        <mxCell id="JNLnPToTuVG1JdSn8YhA-34" parent="1" style="text;html=1;whiteSpace=wrap;strokeColor=none;fillColor=none;align=left;verticalAlign=middle;rounded=0;" value="时刻 t1+ε：G 收到 B 的 IHAVE([X, Y, Z])&lt;br/&gt;   G 发现 X 自己没见过&lt;br/&gt;   → G 给 B 回 IWANT([X])" vertex="1">
          <mxGeometry height="70" width="270" x="1770" y="-1440" as="geometry" />
        </mxCell>
        <mxCell id="JNLnPToTuVG1JdSn8YhA-37" edge="1" parent="1" source="JNLnPToTuVG1JdSn8YhA-36" style="rounded=0;orthogonalLoop=1;jettySize=auto;html=1;" target="JNLnPToTuVG1JdSn8YhA-34">
          <mxGeometry relative="1" as="geometry" />
        </mxCell>
        <mxCell id="JNLnPToTuVG1JdSn8YhA-36" parent="1" style="ellipse;whiteSpace=wrap;html=1;aspect=fixed;" value="Peer_G" vertex="1">
          <mxGeometry height="80" width="80" x="2040" y="-1560" as="geometry" />
        </mxCell>
        <mxCell id="JNLnPToTuVG1JdSn8YhA-38" parent="1" style="text;html=1;whiteSpace=wrap;strokeColor=none;fillColor=none;align=left;verticalAlign=middle;rounded=0;" value="时刻 t1+2ε：B 收到 IWANT([X])&lt;br/&gt;   → B 从 mcache 取出 M，点对点发给 G" vertex="1">
          <mxGeometry height="70" width="270" x="1755" y="-1319" as="geometry" />
        </mxCell>
        <mxCell id="aaCrJ8Uj1jCCNSU53SNK-6" edge="1" parent="1" source="aaCrJ8Uj1jCCNSU53SNK-1" style="rounded=0;orthogonalLoop=1;jettySize=auto;html=1;entryX=0;entryY=0.5;entryDx=0;entryDy=0;" target="aaCrJ8Uj1jCCNSU53SNK-4">
          <mxGeometry relative="1" as="geometry" />
        </mxCell>
        <mxCell id="aaCrJ8Uj1jCCNSU53SNK-15" edge="1" parent="1" source="aaCrJ8Uj1jCCNSU53SNK-1" style="rounded=0;orthogonalLoop=1;jettySize=auto;html=1;entryX=0;entryY=0.5;entryDx=0;entryDy=0;" target="aaCrJ8Uj1jCCNSU53SNK-14">
          <mxGeometry relative="1" as="geometry" />
        </mxCell>
        <mxCell id="aaCrJ8Uj1jCCNSU53SNK-1" parent="1" style="rounded=1;whiteSpace=wrap;html=1;" value="publish (topic,M)" vertex="1">
          <mxGeometry height="60" width="60" x="1950" y="-2050" as="geometry" />
        </mxCell>
        <mxCell id="aaCrJ8Uj1jCCNSU53SNK-7" edge="1" parent="1" source="aaCrJ8Uj1jCCNSU53SNK-4" style="edgeStyle=orthogonalEdgeStyle;rounded=0;orthogonalLoop=1;jettySize=auto;html=1;exitX=0.5;exitY=0;exitDx=0;exitDy=0;dashed=1;dashPattern=8 8;" target="JNLnPToTuVG1JdSn8YhA-6">
          <mxGeometry relative="1" as="geometry">
            <Array as="points">
              <mxPoint x="2100" y="-2210" />
              <mxPoint x="1530" y="-2210" />
            </Array>
          </mxGeometry>
        </mxCell>
        <mxCell id="aaCrJ8Uj1jCCNSU53SNK-11" connectable="0" parent="aaCrJ8Uj1jCCNSU53SNK-7" style="edgeLabel;html=1;align=center;verticalAlign=middle;resizable=0;points=[];" value="router.Publish" vertex="1">
          <mxGeometry relative="1" x="-0.4012" y="-3" as="geometry">
            <mxPoint x="-78" y="3" as="offset" />
          </mxGeometry>
        </mxCell>
        <mxCell id="aaCrJ8Uj1jCCNSU53SNK-23" connectable="0" parent="aaCrJ8Uj1jCCNSU53SNK-7" style="edgeLabel;html=1;align=center;verticalAlign=middle;resizable=0;points=[];" value="pubsub.seenCache" vertex="1">
          <mxGeometry relative="1" x="0.6601" y="1" as="geometry">
            <mxPoint as="offset" />
          </mxGeometry>
        </mxCell>
        <mxCell id="aaCrJ8Uj1jCCNSU53SNK-25" connectable="0" parent="aaCrJ8Uj1jCCNSU53SNK-7" style="edgeLabel;html=1;align=center;verticalAlign=middle;resizable=0;points=[];" value="router.mcache.put(topic,M)" vertex="1">
          <mxGeometry relative="1" x="0.8554" y="-1" as="geometry">
            <mxPoint as="offset" />
          </mxGeometry>
        </mxCell>
        <mxCell id="aaCrJ8Uj1jCCNSU53SNK-12" edge="1" parent="1" source="aaCrJ8Uj1jCCNSU53SNK-4" style="edgeStyle=orthogonalEdgeStyle;rounded=0;orthogonalLoop=1;jettySize=auto;html=1;entryX=1;entryY=0.5;entryDx=0;entryDy=0;exitX=1;exitY=0.5;exitDx=0;exitDy=0;dashed=1;dashPattern=8 8;" target="JNLnPToTuVG1JdSn8YhA-7">
          <mxGeometry relative="1" as="geometry">
            <Array as="points">
              <mxPoint x="2280" y="-2130" />
              <mxPoint x="2280" y="-1670" />
            </Array>
          </mxGeometry>
        </mxCell>
        <mxCell id="aaCrJ8Uj1jCCNSU53SNK-13" connectable="0" parent="aaCrJ8Uj1jCCNSU53SNK-12" style="edgeLabel;html=1;align=center;verticalAlign=middle;resizable=0;points=[];" value="router.publish" vertex="1">
          <mxGeometry relative="1" x="-0.2745" as="geometry">
            <mxPoint as="offset" />
          </mxGeometry>
        </mxCell>
        <mxCell id="aaCrJ8Uj1jCCNSU53SNK-24" connectable="0" parent="aaCrJ8Uj1jCCNSU53SNK-12" style="edgeLabel;html=1;align=center;verticalAlign=middle;resizable=0;points=[];" value="pubsub.seenCache" vertex="1">
          <mxGeometry relative="1" x="0.1126" y="3" as="geometry">
            <mxPoint as="offset" />
          </mxGeometry>
        </mxCell>
        <mxCell id="aaCrJ8Uj1jCCNSU53SNK-4" parent="1" style="whiteSpace=wrap;html=1;aspect=fixed;dashed=1;dashPattern=8 8;" value="PeerB,PeerC" vertex="1">
          <mxGeometry height="80" width="80" x="2060" y="-2170" as="geometry" />
        </mxCell>
        <mxCell id="aaCrJ8Uj1jCCNSU53SNK-16" edge="1" parent="1" source="aaCrJ8Uj1jCCNSU53SNK-14" style="rounded=0;orthogonalLoop=1;jettySize=auto;html=1;" target="JNLnPToTuVG1JdSn8YhA-8">
          <mxGeometry relative="1" as="geometry" />
        </mxCell>
        <mxCell id="aaCrJ8Uj1jCCNSU53SNK-17" connectable="0" parent="aaCrJ8Uj1jCCNSU53SNK-16" style="edgeLabel;html=1;align=center;verticalAlign=middle;resizable=0;points=[];" value="&lt;div&gt;IHAVE(topic,M)&lt;/div&gt;&lt;div&gt;IDONOTWANT(topic,M)&lt;/div&gt;" vertex="1">
          <mxGeometry relative="1" x="-0.4259" y="3" as="geometry">
            <mxPoint as="offset" />
          </mxGeometry>
        </mxCell>
        <mxCell id="aaCrJ8Uj1jCCNSU53SNK-20" edge="1" parent="1" source="aaCrJ8Uj1jCCNSU53SNK-14" style="edgeStyle=orthogonalEdgeStyle;rounded=0;orthogonalLoop=1;jettySize=auto;html=1;entryX=1;entryY=0.5;entryDx=0;entryDy=0;exitX=1;exitY=0.5;exitDx=0;exitDy=0;" target="JNLnPToTuVG1JdSn8YhA-8">
          <mxGeometry relative="1" as="geometry" />
        </mxCell>
        <mxCell id="aaCrJ8Uj1jCCNSU53SNK-21" connectable="0" parent="aaCrJ8Uj1jCCNSU53SNK-20" style="edgeLabel;html=1;align=center;verticalAlign=middle;resizable=0;points=[];" value="pubsub.publish(topic,M)" vertex="1">
          <mxGeometry relative="1" x="0.1926" y="1" as="geometry">
            <mxPoint as="offset" />
          </mxGeometry>
        </mxCell>
        <mxCell id="aaCrJ8Uj1jCCNSU53SNK-14" parent="1" style="whiteSpace=wrap;html=1;aspect=fixed;" value="&lt;div&gt;PeerD&lt;/div&gt;" vertex="1">
          <mxGeometry height="80" width="80" x="2060" y="-1990" as="geometry" />
        </mxCell>
        <mxCell id="aaCrJ8Uj1jCCNSU53SNK-28" edge="1" parent="1" source="aaCrJ8Uj1jCCNSU53SNK-26" style="edgeStyle=orthogonalEdgeStyle;rounded=0;orthogonalLoop=1;jettySize=auto;html=1;dashed=1;dashPattern=8 8;" target="JNLnPToTuVG1JdSn8YhA-16">
          <mxGeometry relative="1" as="geometry" />
        </mxCell>
        <mxCell id="aaCrJ8Uj1jCCNSU53SNK-29" connectable="0" parent="aaCrJ8Uj1jCCNSU53SNK-28" style="edgeLabel;html=1;align=center;verticalAlign=middle;resizable=0;points=[];" value="router.Publish" vertex="1">
          <mxGeometry relative="1" x="-0.43" y="3" as="geometry">
            <mxPoint x="-3" y="-13" as="offset" />
          </mxGeometry>
        </mxCell>
        <mxCell id="aaCrJ8Uj1jCCNSU53SNK-30" connectable="0" parent="aaCrJ8Uj1jCCNSU53SNK-28" style="edgeLabel;html=1;align=center;verticalAlign=middle;resizable=0;points=[];" value="pubsub.seenCache" vertex="1">
          <mxGeometry relative="1" x="0.5285" as="geometry">
            <mxPoint y="-48" as="offset" />
          </mxGeometry>
        </mxCell>
        <mxCell id="aaCrJ8Uj1jCCNSU53SNK-31" connectable="0" parent="aaCrJ8Uj1jCCNSU53SNK-28" style="edgeLabel;html=1;align=center;verticalAlign=middle;resizable=0;points=[];" value="router.mcache.put(topic,M)" vertex="1">
          <mxGeometry relative="1" x="0.5633" y="1" as="geometry">
            <mxPoint as="offset" />
          </mxGeometry>
        </mxCell>
        <mxCell id="aaCrJ8Uj1jCCNSU53SNK-26" parent="1" style="whiteSpace=wrap;html=1;aspect=fixed;dashed=1;dashPattern=8 8;" value="PeerA,PeerE" vertex="1">
-           <mxGeometry height="80" width="80" x="1310" y="-1740" as="geometry" />
+           <mxGeometry height="80" width="80" x="1260" y="-1740" as="geometry" />
        </mxCell>
        <mxCell id="aaCrJ8Uj1jCCNSU53SNK-34" edge="1" parent="1" source="aaCrJ8Uj1jCCNSU53SNK-32" style="rounded=0;orthogonalLoop=1;jettySize=auto;html=1;entryX=0;entryY=0.5;entryDx=0;entryDy=0;" target="JNLnPToTuVG1JdSn8YhA-17">
          <mxGeometry relative="1" as="geometry" />
        </mxCell>
        <mxCell id="aaCrJ8Uj1jCCNSU53SNK-35" connectable="0" parent="aaCrJ8Uj1jCCNSU53SNK-34" style="edgeLabel;html=1;align=center;verticalAlign=middle;resizable=0;points=[];" value="IHAVE" vertex="1">
          <mxGeometry relative="1" x="-0.4211" y="2" as="geometry">
            <mxPoint as="offset" />
          </mxGeometry>
        </mxCell>
        <mxCell id="aaCrJ8Uj1jCCNSU53SNK-32" parent="1" style="whiteSpace=wrap;html=1;aspect=fixed;" value="&lt;div&gt;PeerF&lt;/div&gt;" vertex="1">
          <mxGeometry height="80" width="80" x="1380" y="-1600" as="geometry" />
+         </mxCell>
+         <mxCell id="aaCrJ8Uj1jCCNSU53SNK-39" edge="1" parent="1" source="aaCrJ8Uj1jCCNSU53SNK-36" style="rounded=0;orthogonalLoop=1;jettySize=auto;html=1;" target="aaCrJ8Uj1jCCNSU53SNK-26">
+           <mxGeometry relative="1" as="geometry" />
+         </mxCell>
+         <mxCell id="aaCrJ8Uj1jCCNSU53SNK-40" edge="1" parent="1" source="aaCrJ8Uj1jCCNSU53SNK-36" style="rounded=0;orthogonalLoop=1;jettySize=auto;html=1;" target="aaCrJ8Uj1jCCNSU53SNK-32">
+           <mxGeometry relative="1" as="geometry" />
+         </mxCell>
+         <mxCell id="aaCrJ8Uj1jCCNSU53SNK-36" parent="1" style="rounded=1;whiteSpace=wrap;html=1;" value="publish (topic,M)" vertex="1">
+           <mxGeometry height="60" width="60" x="1390" y="-1730" as="geometry" />
        </mxCell>
      </root>
    </mxGraphModel>
  </diagram>
</mxfile>
